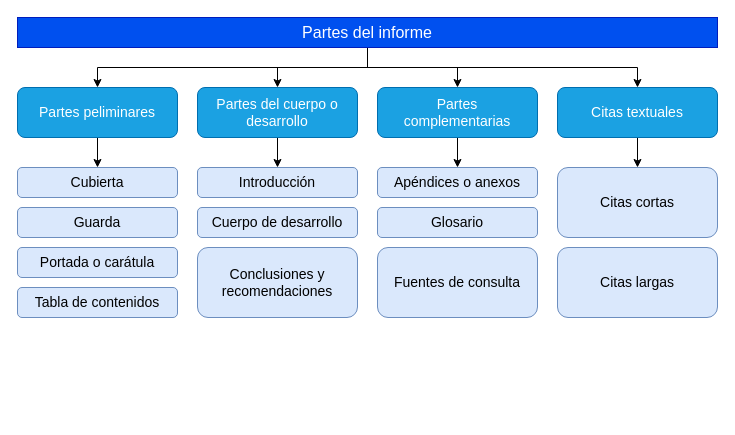
Above: Untitled Diagram.drawio in ESandries/dfg (draw.io), before the change. Source tidied: cells renumbered, new cells numbered last; positions are measured from the earlier drawing's top-left corner, leaving out a move shared by most shapes. Both pictures are drawn from the tidied source at 100%, with x=0, y=0 at pixel (17, 17).
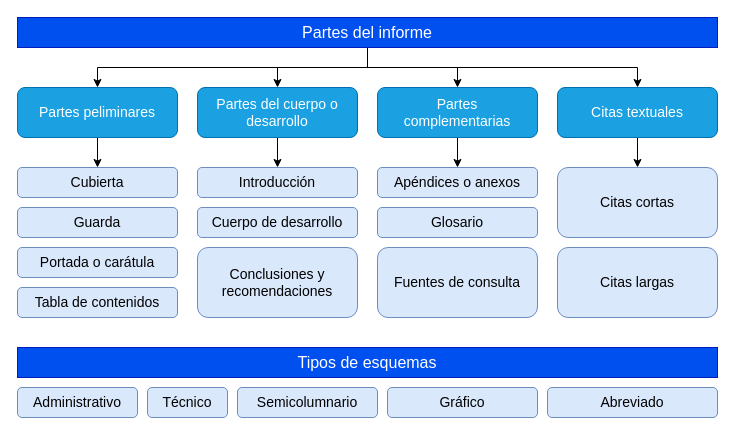
The same page after the edit.

Diff of the diagram source:
```diff
@@
+    <mxCell id="27" value="Tipos de esquemas" style="rounded=0;whiteSpace=wrap;html=1;fontSize=16;fillColor=#0050ef;fontColor=#ffffff;strokeColor=#001DBC;" parent="1" vertex="1">
+      <mxGeometry y="330" width="700" height="30" as="geometry" />
+    </mxCell>
+    <mxCell id="28" value="Administrativo" style="rounded=1;whiteSpace=wrap;html=1;fontSize=14;fillColor=#dae8fc;strokeColor=#6c8ebf;" parent="1" vertex="1">
+      <mxGeometry y="370" width="120" height="30" as="geometry" />
+    </mxCell>
+    <mxCell id="29" value="Técnico" style="rounded=1;whiteSpace=wrap;html=1;fontSize=14;fillColor=#dae8fc;strokeColor=#6c8ebf;" parent="1" vertex="1">
+      <mxGeometry x="130" y="370" width="80" height="30" as="geometry" />
+    </mxCell>
+    <mxCell id="30" value="Gráfico" style="rounded=1;whiteSpace=wrap;html=1;fontSize=14;fillColor=#dae8fc;strokeColor=#6c8ebf;" parent="1" vertex="1">
+      <mxGeometry x="370" y="370" width="150" height="30" as="geometry" />
+    </mxCell>
+    <mxCell id="31" value="Abreviado" style="rounded=1;whiteSpace=wrap;html=1;fontSize=14;fillColor=#dae8fc;strokeColor=#6c8ebf;" parent="1" vertex="1">
+      <mxGeometry x="530" y="370" width="170" height="30" as="geometry" />
+    </mxCell>
+    <mxCell id="32" value="Semicolumnario" style="rounded=1;whiteSpace=wrap;html=1;fontSize=14;fillColor=#dae8fc;strokeColor=#6c8ebf;" parent="1" vertex="1">
+      <mxGeometry x="220" y="370" width="140" height="30" as="geometry" />
+    </mxCell>
```
